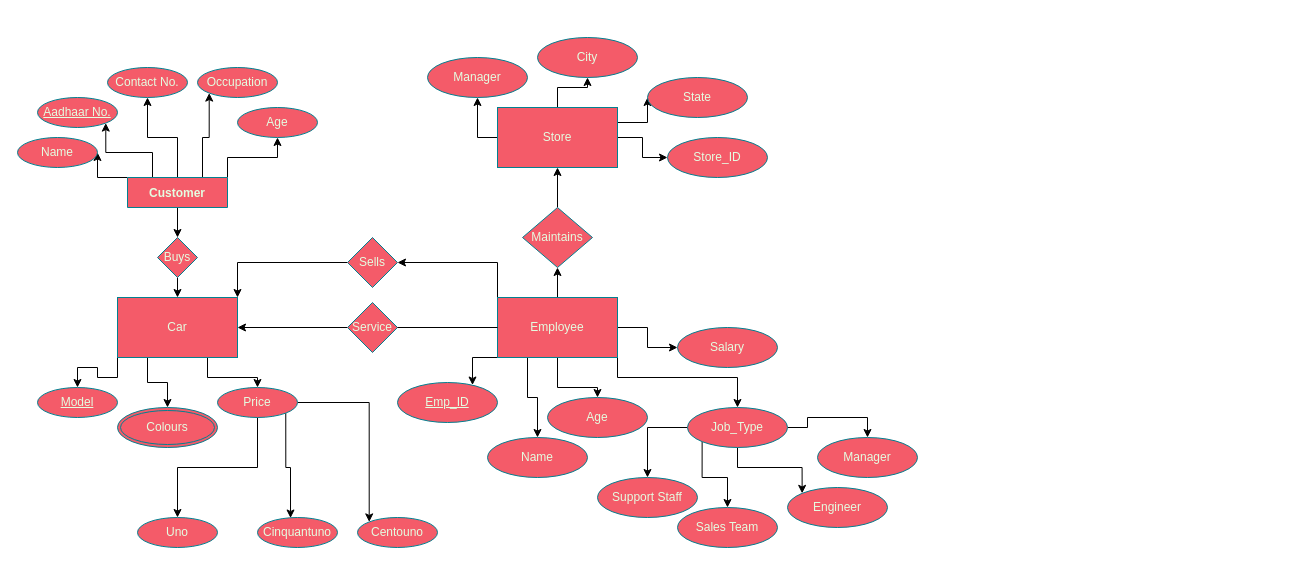
Earlier version of the draw.io diagram Untitled Diagram.drawio (navneetnair7/DBMS). Source tidied: cells renumbered, new cells numbered last; positions are measured from the earlier drawing's top-left corner, leaving out a move shared by most shapes. Both pictures are drawn from the tidied source at 100%, with x=0, y=0 at pixel (17, 37).
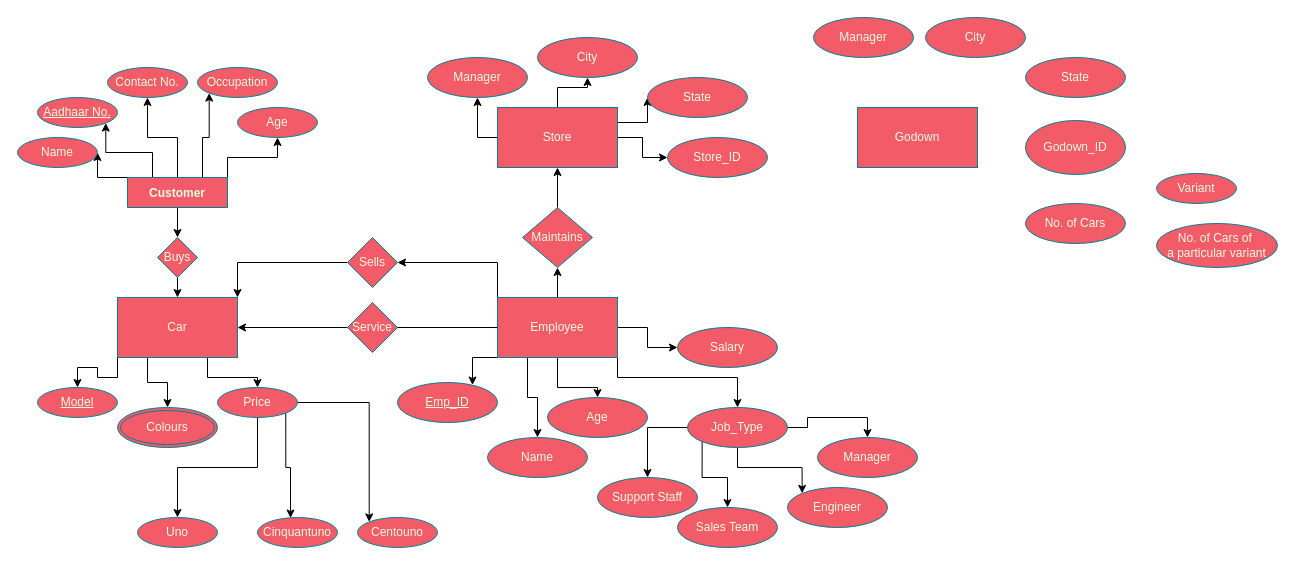
Above is the later version.

What changed in the source:
```diff
@@
+    <mxCell id="66" value="Godown" style="rounded=0;whiteSpace=wrap;html=1;fillColor=#F45B69;strokeColor=#028090;fontColor=#E4FDE1;" parent="1" vertex="1">
+      <mxGeometry x="840" y="70" width="120" height="60" as="geometry" />
+    </mxCell>
+    <mxCell id="67" value="Variant" style="ellipse;whiteSpace=wrap;html=1;strokeColor=#028090;fontColor=#E4FDE1;fillColor=#F45B69;" parent="1" vertex="1">
+      <mxGeometry x="1139" y="136" width="80" height="30" as="geometry" />
+    </mxCell>
+    <mxCell id="68" value="Manager" style="ellipse;whiteSpace=wrap;html=1;align=center;strokeColor=#028090;fontColor=#E4FDE1;fillColor=#F45B69;" parent="1" vertex="1">
+      <mxGeometry x="796" y="-20" width="100" height="40" as="geometry" />
+    </mxCell>
+    <mxCell id="69" value="City" style="ellipse;whiteSpace=wrap;html=1;align=center;strokeColor=#028090;fontColor=#E4FDE1;fillColor=#F45B69;" parent="1" vertex="1">
+      <mxGeometry x="908" y="-20" width="100" height="40" as="geometry" />
+    </mxCell>
+    <mxCell id="70" value="State" style="ellipse;whiteSpace=wrap;html=1;align=center;strokeColor=#028090;fontColor=#E4FDE1;fillColor=#F45B69;" parent="1" vertex="1">
+      <mxGeometry x="1008" y="20" width="100" height="40" as="geometry" />
+    </mxCell>
+    <mxCell id="71" value="Godown_ID" style="ellipse;whiteSpace=wrap;html=1;align=center;strokeColor=#028090;fontColor=#E4FDE1;fillColor=#F45B69;" parent="1" vertex="1">
+      <mxGeometry x="1008" y="83" width="100" height="54" as="geometry" />
+    </mxCell>
+    <mxCell id="72" value="No. of Cars" style="ellipse;whiteSpace=wrap;html=1;align=center;strokeColor=#028090;fontColor=#E4FDE1;fillColor=#F45B69;" parent="1" vertex="1">
+      <mxGeometry x="1008" y="166" width="100" height="40" as="geometry" />
+    </mxCell>
+    <mxCell id="73" value="No. of Cars of&amp;nbsp;&lt;br&gt;a particular variant" style="ellipse;whiteSpace=wrap;html=1;align=center;strokeColor=#028090;fontColor=#E4FDE1;fillColor=#F45B69;" parent="1" vertex="1">
+      <mxGeometry x="1139" y="186" width="121" height="44" as="geometry" />
+    </mxCell>
```
